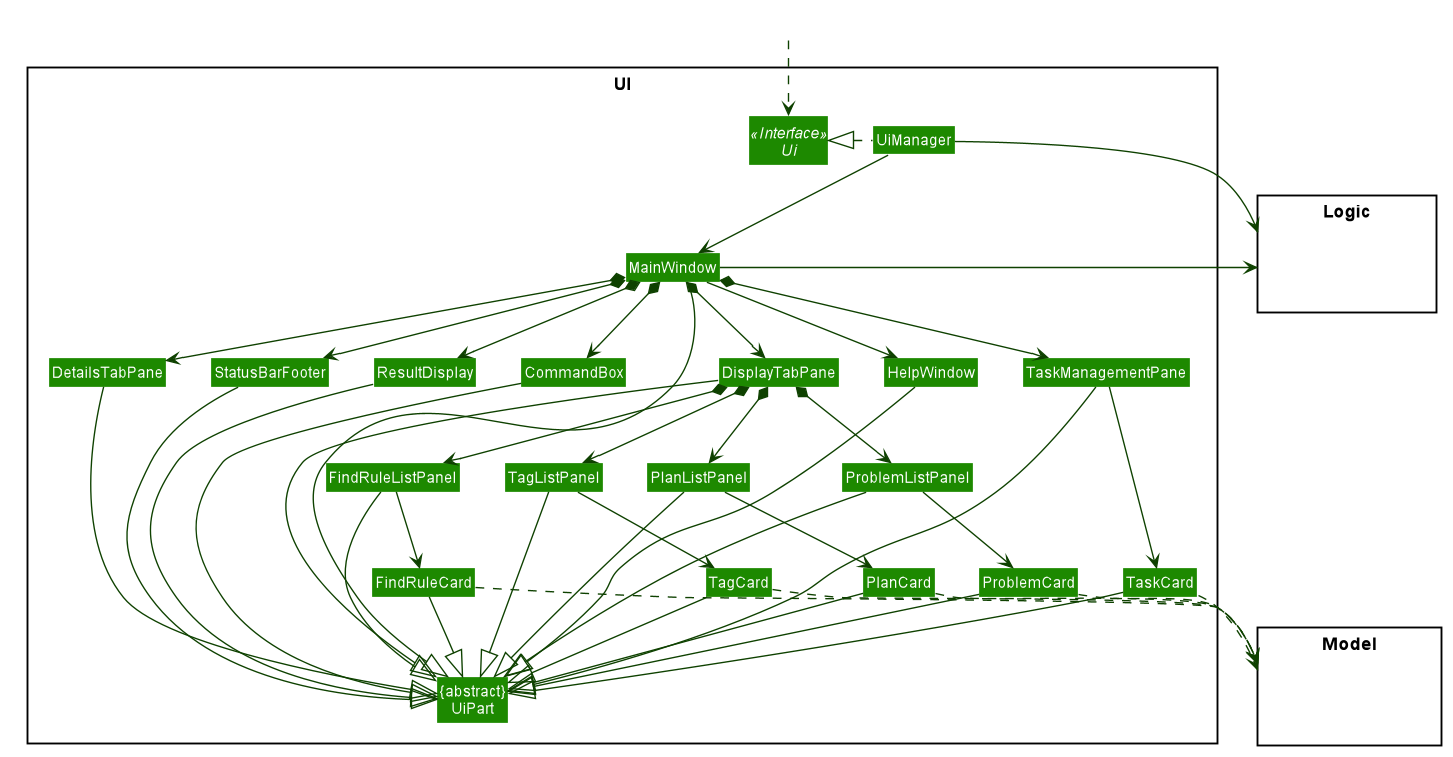
This is docs/images/UiClassDiagram.png from nus-cs2103-AY1920S1/addressbook-level3, a PlantUML export, as it was before one commit.
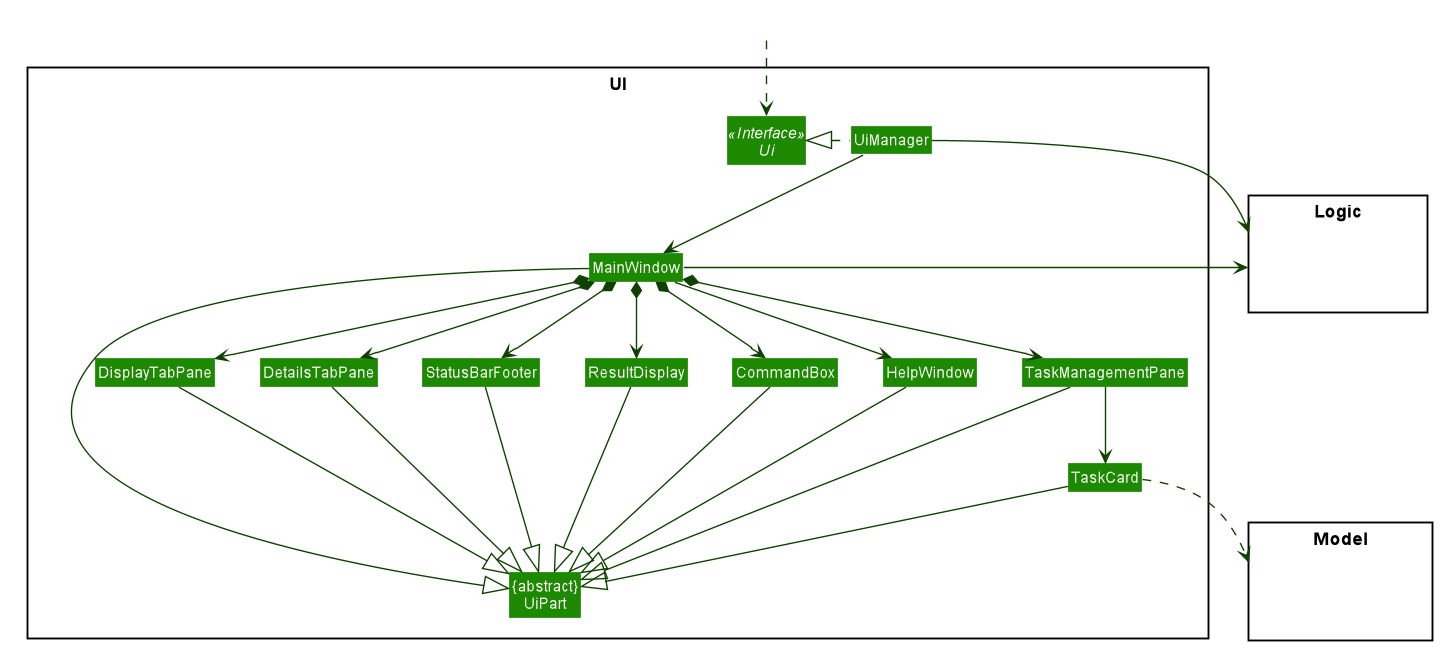
Above is the later version.

Diff of the diagram source:
```diff
@@ -1,4 +1,5 @@
 @startuml
+
 
 
 
@@ -61,14 +62,6 @@
 Class DetailsTabPane
 Class DisplayTabPane
 Class TaskManagementPane
-Class FindRuleListPanel
-Class FindRuleCard
-Class ProblemListPanel
-Class ProblemCard
-Class PlanListPanel
-Class PlanCard
-Class TagListPanel
-Class TagCard
 Class TaskCard
 Class StatusBarFooter
 Class CommandBox
@@ -95,16 +88,7 @@
 MainWindow *-down-> TaskManagementPane
 MainWindow *-down-> StatusBarFooter
 
-DisplayTabPane *-down-> FindRuleListPanel
-DisplayTabPane *-down-> ProblemListPanel
-DisplayTabPane *-down-> PlanListPanel
-DisplayTabPane *-down-> TagListPanel
-
 TaskManagementPane -down-> TaskCard
-FindRuleListPanel -down-> FindRuleCard
-ProblemListPanel -down-> ProblemCard
-PlanListPanel -down-> PlanCard
-TagListPanel -down-> TagCard
 
 MainWindow -left-|> UiPart
 
@@ -113,22 +97,10 @@
 DetailsTabPane --|> UiPart
 DisplayTabPane --|> UiPart
 TaskManagementPane --|> UiPart
-FindRuleListPanel --|> UiPart
-FindRuleCard --|> UiPart
-ProblemListPanel --|> UiPart
-ProblemCard --|> UiPart
-PlanListPanel --|> UiPart
-PlanCard --|> UiPart
-TagListPanel --|> UiPart
-TagCard --|> UiPart
 TaskCard --|> UiPart
 StatusBarFooter --|> UiPart
 HelpWindow -down-|> UiPart
 
-FindRuleCard ..> Model
-ProblemCard ..> Model
-PlanCard ..> Model
-TagCard ..> Model
 TaskCard ..> Model
 UiManager -right-> Logic
 MainWindow -left-> Logic
```
